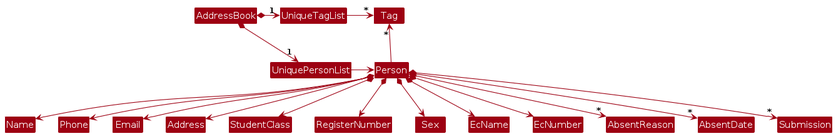
AY2425S1-CS2103-F12-4/tp keeps this PlantUML diagram as diagrams/BetterModelClassDiagram.png. Above is the earlier version. Its source is kept beside it as diagrams/BetterModelClassDiagram.puml.
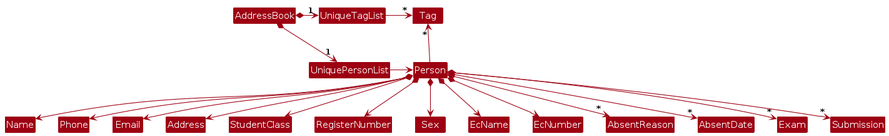
The same diagram one commit later.

Change to the diagram source:
```diff
@@ -25,5 +25,6 @@
 Person *--> EcNumber
 Person *--> "*" AbsentReason
 Person *--> "*" AbsentDate
+Person *--> "*" Exam
 Person *--> "*" Submission
 @enduml
```
